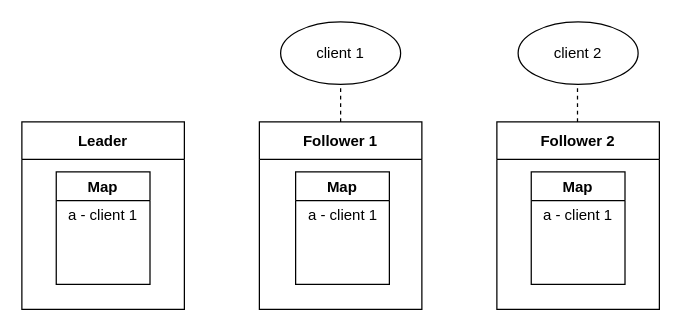
ABigDoge/MyDiagrams keeps this draw.io diagram as server.drawio. Above is the earlier version. Source tidied: cells renumbered, new cells numbered last; positions are measured from the earlier drawing's top-left corner, leaving out a move shared by most shapes. Both pictures are drawn from the tidied source at 125%, with x=0, y=0 at pixel (21, 21).
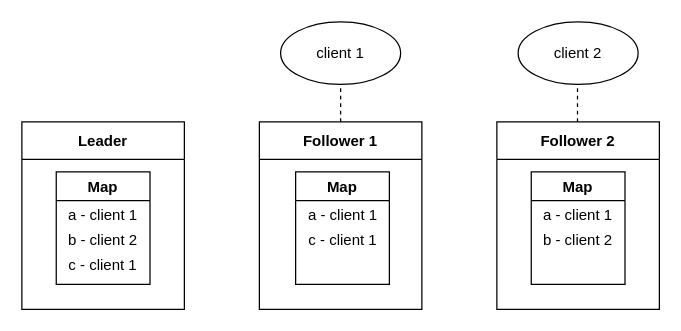
Above is the later version.

Unchanged cells that the change refers to:
```xml
<mxCell id="3" value="Map" style="swimlane;" parent="2" vertex="1">
  <mxGeometry x="27.5" y="40" width="75" height="90" as="geometry" />
</mxCell>
<mxCell id="6" value="Map" style="swimlane;" parent="5" vertex="1">
  <mxGeometry x="29" y="40" width="75" height="90" as="geometry" />
</mxCell>
<mxCell id="9" value="Map" style="swimlane;" parent="8" vertex="1">
  <mxGeometry x="27.5" y="40" width="75" height="90" as="geometry" />
</mxCell>
```

The edit, as a diff of the source:
```diff
@@
+    <mxCell id="15" value="b - client 2" style="text;html=1;strokeColor=none;fillColor=none;align=center;verticalAlign=middle;whiteSpace=wrap;rounded=0;" parent="3" vertex="1">
+      <mxGeometry x="7.5" y="40" width="60" height="30" as="geometry" />
+    </mxCell>
+    <mxCell id="16" value="c - client 1" style="text;html=1;strokeColor=none;fillColor=none;align=center;verticalAlign=middle;whiteSpace=wrap;rounded=0;" parent="3" vertex="1">
+      <mxGeometry x="7.5" y="60" width="60" height="30" as="geometry" />
+    </mxCell>
@@
+    <mxCell id="17" value="c - client 1" style="text;html=1;strokeColor=none;fillColor=none;align=center;verticalAlign=middle;whiteSpace=wrap;rounded=0;" parent="6" vertex="1">
+      <mxGeometry x="7.5" y="40" width="60" height="30" as="geometry" />
+    </mxCell>
@@
+    <mxCell id="18" value="b - client 2" style="text;html=1;strokeColor=none;fillColor=none;align=center;verticalAlign=middle;whiteSpace=wrap;rounded=0;" parent="9" vertex="1">
+      <mxGeometry x="7.5" y="40" width="60" height="30" as="geometry" />
+    </mxCell>
```
